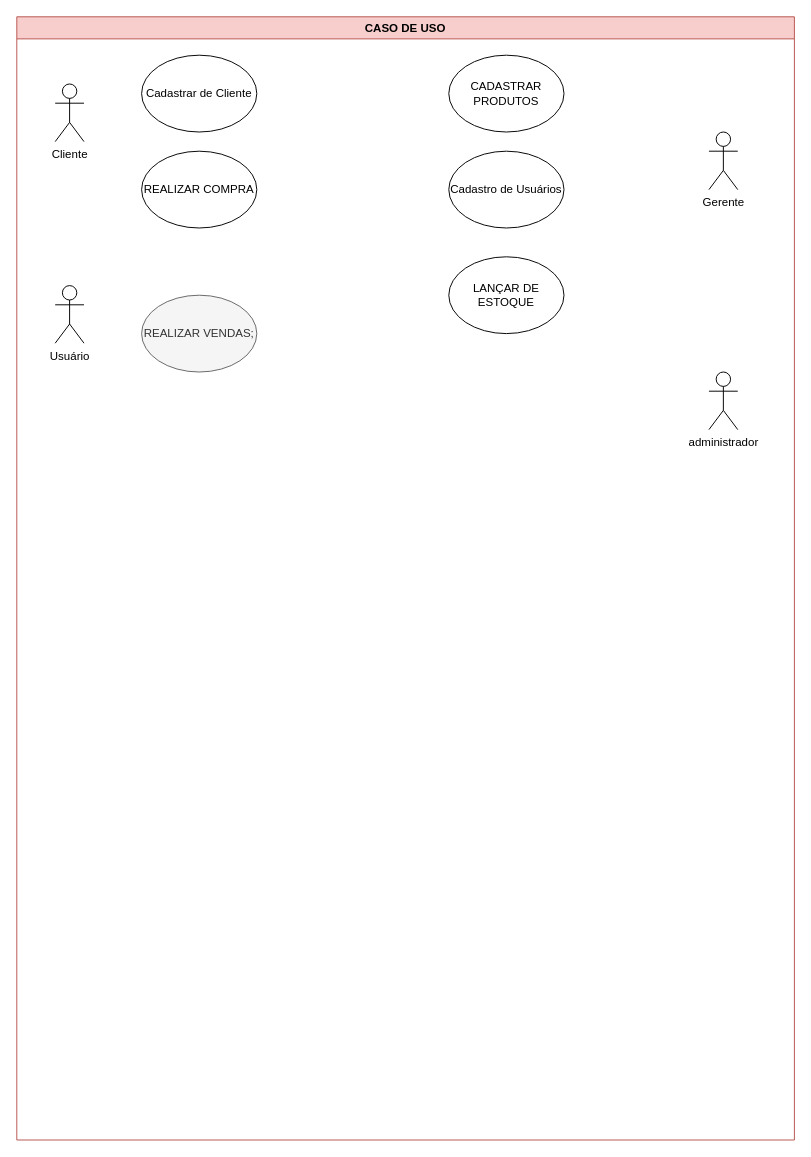
The draw.io diagram exerciocio.drawio in AirlanDEV/diagramasderequisitos, before the edit. Source tidied: cells renumbered, new cells numbered last; positions are measured from the earlier drawing's top-left corner, leaving out a move shared by most shapes. Both pictures are drawn from the tidied source at 96%, with x=0, y=0 at pixel (16, 16).
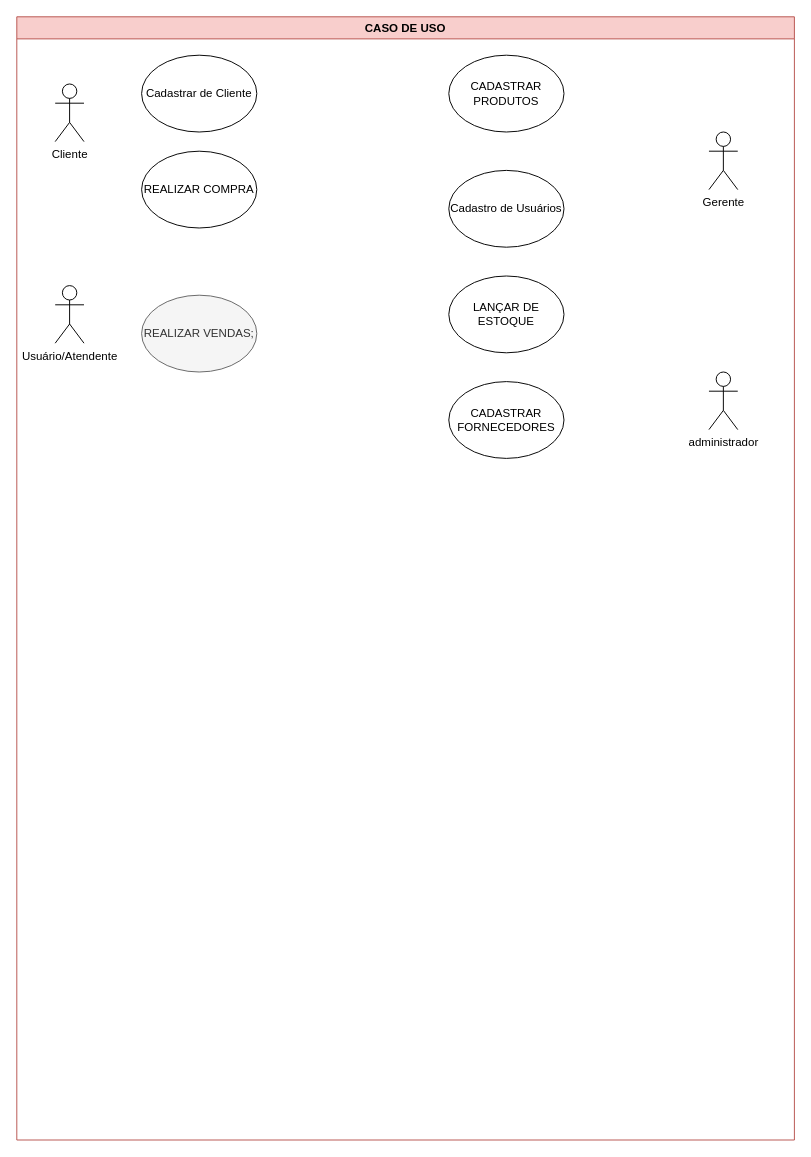
After the change.

Change to the diagram source:
```diff
@@
 <mxGraphModel>
   <root>
     <mxCell id="0" />
     <mxCell id="1" parent="0" />
     <mxCell id="2" value="CASO DE USO" style="swimlane;whiteSpace=wrap;html=1;fillColor=#f8cecc;strokeColor=#b85450;" parent="1" vertex="1">
       <mxGeometry width="810" height="1170" as="geometry" />
     </mxCell>
     <mxCell id="3" value="Cliente" style="shape=umlActor;verticalLabelPosition=bottom;verticalAlign=top;html=1;" parent="2" vertex="1">
       <mxGeometry x="40" y="70" width="30" height="60" as="geometry" />
     </mxCell>
     <mxCell id="4" value="Cadastrar de Cliente" style="ellipse;whiteSpace=wrap;html=1;" parent="2" vertex="1">
       <mxGeometry x="130" y="40" width="120" height="80" as="geometry" />
     </mxCell>
     <mxCell id="5" value="Cadastro de Usuários" style="ellipse;whiteSpace=wrap;html=1;" parent="2" vertex="1">
-      <mxGeometry x="450" y="140" width="120" height="80" as="geometry" />
+      <mxGeometry x="450" y="160" width="120" height="80" as="geometry" />
     </mxCell>
     <mxCell id="6" value="CADASTRAR PRODUTOS" style="ellipse;whiteSpace=wrap;html=1;" parent="2" vertex="1">
       <mxGeometry x="450" y="40" width="120" height="80" as="geometry" />
     </mxCell>
-    <mxCell id="7" value="Usuário" style="shape=umlActor;verticalLabelPosition=bottom;verticalAlign=top;html=1;" parent="2" vertex="1">
+    <mxCell id="7" value="Usuário/Atendente" style="shape=umlActor;verticalLabelPosition=bottom;verticalAlign=top;html=1;" parent="2" vertex="1">
       <mxGeometry x="40" y="280" width="30" height="60" as="geometry" />
     </mxCell>
     <mxCell id="8" value="REALIZAR VENDAS;" style="ellipse;whiteSpace=wrap;html=1;fillColor=#f5f5f5;fontColor=#333333;strokeColor=#666666;" parent="2" vertex="1">
       <mxGeometry x="130" y="290" width="120" height="80" as="geometry" />
     </mxCell>
     <mxCell id="9" value="REALIZAR COMPRA" style="ellipse;whiteSpace=wrap;html=1;" parent="2" vertex="1">
       <mxGeometry x="130" y="140" width="120" height="80" as="geometry" />
     </mxCell>
     <mxCell id="10" value="LANÇAR DE ESTOQUE" style="ellipse;whiteSpace=wrap;html=1;" parent="2" vertex="1">
-      <mxGeometry x="450" y="250" width="120" height="80" as="geometry" />
+      <mxGeometry x="450" y="270" width="120" height="80" as="geometry" />
     </mxCell>
+    <mxCell id="13" value="CADASTRAR FORNECEDORES" style="ellipse;whiteSpace=wrap;html=1;" parent="2" vertex="1">
+      <mxGeometry x="450" y="380" width="120" height="80" as="geometry" />
+    </mxCell>
     <mxCell id="11" value="Gerente" style="shape=umlActor;verticalLabelPosition=bottom;verticalAlign=top;html=1;" parent="1" vertex="1">
       <mxGeometry x="721" y="120" width="30" height="60" as="geometry" />
     </mxCell>
     <mxCell id="12" value="administrador" style="shape=umlActor;verticalLabelPosition=bottom;verticalAlign=top;html=1;" parent="1" vertex="1">
       <mxGeometry x="721" y="370" width="30" height="60" as="geometry" />
     </mxCell>
   </root>
 </mxGraphModel>
```
